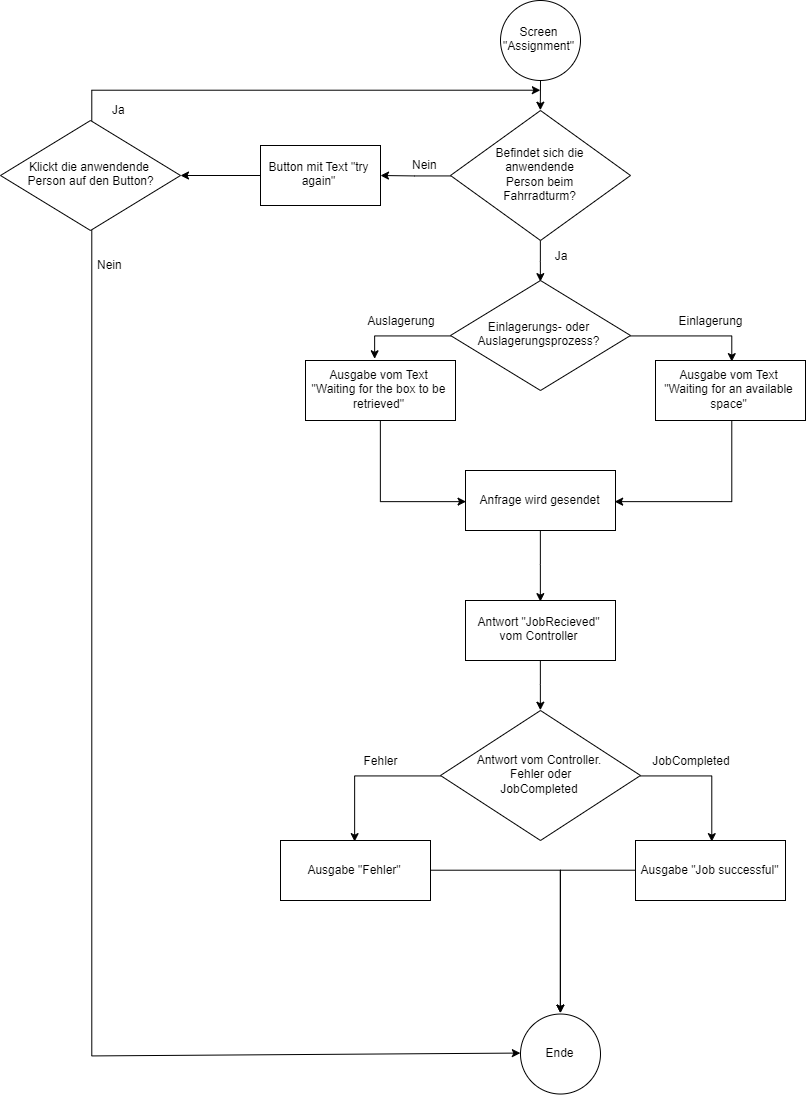
Before: Diplomarbeit/images/assignmentdiagramm.png, a diagram exported from draw.io (jokil123/Fahrradturm). Source tidied: cells renumbered, new cells last; positions are measured from the earlier drawing's top-left corner, leaving out a move shared by most shapes.
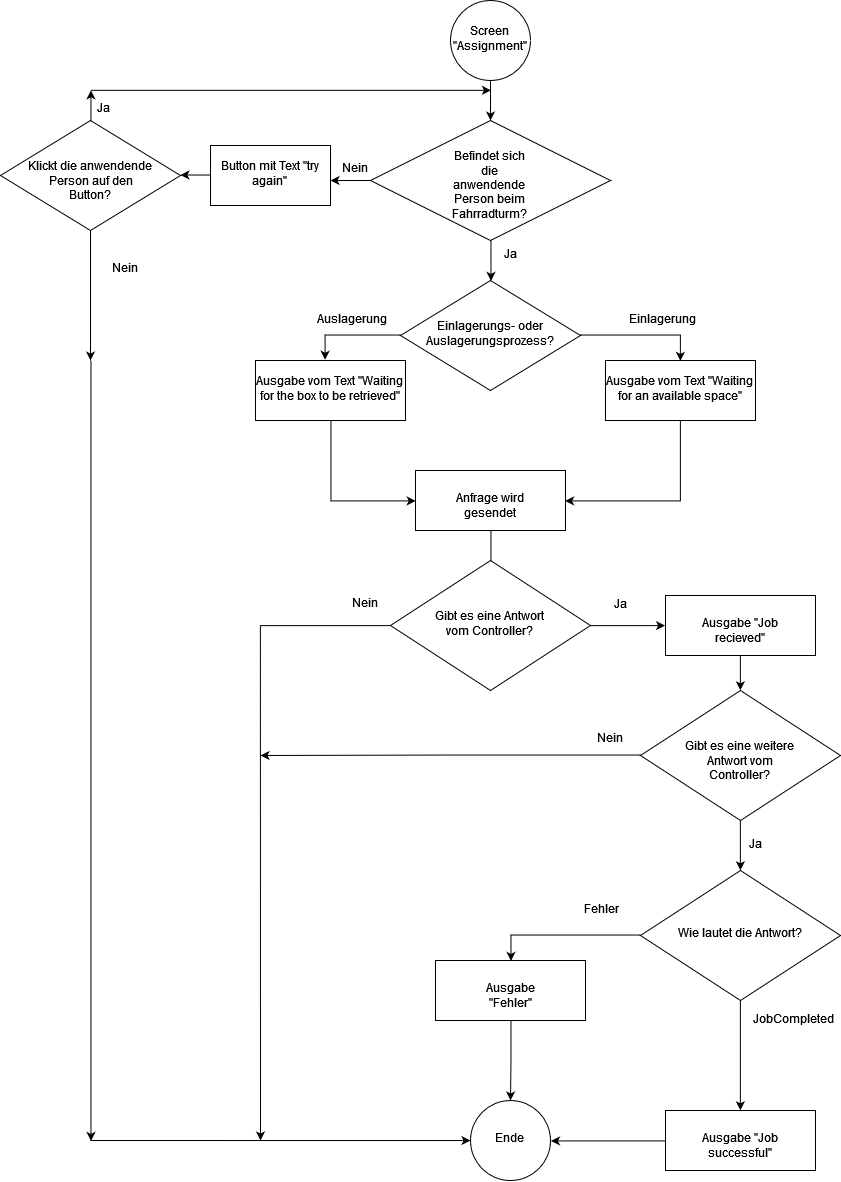
After the commit.

Change to the diagram source:
```diff
@@ -2,34 +2,34 @@
   <root>
     <mxCell id="0" />
     <mxCell id="1" parent="0" />
-    <mxCell id="2" style="edgeStyle=orthogonalEdgeStyle;rounded=0;jettySize=auto;html=1;entryX=0.5;entryY=0;entryDx=0;entryDy=0;" parent="1" edge="1" source="3" target="6">
-      <mxGeometry relative="1" as="geometry" />
+    <mxCell id="2" style="edgeStyle=orthogonalEdgeStyle;rounded=0;jettySize=auto;html=1;" parent="1" edge="1" source="3">
+      <mxGeometry relative="1" as="geometry">
+        <mxPoint x="540" y="120" as="targetPoint" />
+      </mxGeometry>
     </mxCell>
     <mxCell id="3" value="Screen &quot;Assignment&quot;" style="ellipse;whiteSpace=wrap;html=1;" parent="1" vertex="1">
       <mxGeometry x="500" width="80" height="80" as="geometry" />
     </mxCell>
     <mxCell id="4" style="edgeStyle=orthogonalEdgeStyle;rounded=0;jettySize=auto;html=1;" parent="1" edge="1" source="6">
       <mxGeometry relative="1" as="geometry">
-        <mxPoint x="380" y="175" as="targetPoint" />
+        <mxPoint x="380" y="180" as="targetPoint" />
       </mxGeometry>
     </mxCell>
     <mxCell id="5" style="edgeStyle=orthogonalEdgeStyle;rounded=0;jettySize=auto;html=1;entryX=0.5;entryY=0;entryDx=0;entryDy=0;" parent="1" edge="1" source="6" target="13">
       <mxGeometry relative="1" as="geometry" />
     </mxCell>
     <mxCell id="6" value="&lt;div&gt;Befindet sich die &lt;br&gt;&lt;/div&gt;&lt;div&gt;anwendende &lt;br&gt;&lt;/div&gt;&lt;div&gt;Person beim &lt;br&gt;&lt;/div&gt;&lt;div&gt;Fahrradturm?&lt;/div&gt;" style="rhombus;whiteSpace=wrap;html=1;" parent="1" vertex="1">
-      <mxGeometry x="450" y="110" width="180" height="130" as="geometry" />
+      <mxGeometry x="420" y="120" width="240" height="120" as="geometry" />
     </mxCell>
     <mxCell id="7" value="Ja" style="text;html=1;strokeColor=none;fillColor=none;align=center;verticalAlign=middle;whiteSpace=wrap;rounded=0;" parent="1" vertex="1">
       <mxGeometry x="540" y="245" width="40" height="20" as="geometry" />
     </mxCell>
     <mxCell id="8" value="Nein" style="text;html=1;align=left;verticalAlign=top;spacingTop=-4;" parent="1" vertex="1">
-      <mxGeometry x="410" y="155" width="40" height="20" as="geometry" />
+      <mxGeometry x="390" y="160" width="40" height="20" as="geometry" />
     </mxCell>
-    <mxCell id="9" style="edgeStyle=orthogonalEdgeStyle;rounded=0;jettySize=auto;html=1;" parent="1" edge="1" source="10">
-      <mxGeometry relative="1" as="geometry">
-        <mxPoint x="180" y="175" as="targetPoint" />
-      </mxGeometry>
-    </mxCell>
+    <mxCell id="39" style="edgeStyle=orthogonalEdgeStyle;rounded=0;jettySize=auto;html=1;exitX=0;exitY=0.5;exitDx=0;exitDy=0;entryX=1;entryY=0.5;entryDx=0;entryDy=0;" parent="1" edge="1" source="10" target="35">
+      <mxGeometry relative="1" as="geometry" />
+    </mxCell>
     <mxCell id="10" value="Button mit Text &quot;try again&quot;" style="rounded=0;whiteSpace=wrap;html=1;" parent="1" vertex="1">
       <mxGeometry x="260" y="145" width="120" height="60" as="geometry" />
     </mxCell>
@@ -47,8 +47,10 @@
     <mxCell id="13" value="Einlagerungs- oder Auslagerungsprozess?" style="rhombus;whiteSpace=wrap;html=1;" parent="1" vertex="1">
       <mxGeometry x="450" y="280" width="180" height="110" as="geometry" />
     </mxCell>
-    <mxCell id="14" style="edgeStyle=orthogonalEdgeStyle;rounded=0;jettySize=auto;html=1;entryX=0.5;entryY=0;entryDx=0;entryDy=0;" parent="1" edge="1" source="15" target="21">
-      <mxGeometry relative="1" as="geometry" />
+    <mxCell id="14" style="edgeStyle=orthogonalEdgeStyle;rounded=0;jettySize=auto;html=1;entryX=0.5;entryY=0;entryDx=0;entryDy=0;" parent="1" edge="1" source="15">
+      <mxGeometry relative="1" as="geometry">
+        <mxPoint x="540.5" y="600.4" as="targetPoint" />
+      </mxGeometry>
     </mxCell>
     <mxCell id="15" value="Anfrage wird gesendet" style="rounded=0;whiteSpace=wrap;html=1;" parent="1" vertex="1">
       <mxGeometry x="465" y="470" width="150" height="60" as="geometry" />
@@ -73,20 +75,14 @@
     <mxCell id="19" value="Ausgabe vom Text &quot;Waiting for an available space&quot;" style="rounded=0;whiteSpace=wrap;html=1;" parent="1" vertex="1">
       <mxGeometry x="655" y="360" width="150" height="60" as="geometry" />
     </mxCell>
-    <mxCell id="20" style="edgeStyle=orthogonalEdgeStyle;rounded=0;jettySize=auto;html=1;entryX=0.5;entryY=0;entryDx=0;entryDy=0;" parent="1" edge="1" source="21" target="24">
-      <mxGeometry relative="1" as="geometry" />
-    </mxCell>
-    <mxCell id="21" value="Antwort &quot;JobRecieved&quot; vom Controller" style="rounded=0;whiteSpace=wrap;html=1;" parent="1" vertex="1">
-      <mxGeometry x="465" y="600" width="150" height="60" as="geometry" />
-    </mxCell>
     <mxCell id="22" style="edgeStyle=orthogonalEdgeStyle;rounded=0;jettySize=auto;html=1;entryX=0.5;entryY=0;entryDx=0;entryDy=0;" parent="1" edge="1" source="24" target="28">
       <mxGeometry relative="1" as="geometry" />
     </mxCell>
-    <mxCell id="23" style="edgeStyle=orthogonalEdgeStyle;rounded=0;jettySize=auto;html=1;exitX=1;exitY=0.5;exitDx=0;exitDy=0;entryX=0.5;entryY=0;entryDx=0;entryDy=0;" parent="1" edge="1" source="24" target="30">
+    <mxCell id="23" style="edgeStyle=orthogonalEdgeStyle;rounded=0;jettySize=auto;html=1;entryX=0.5;entryY=0;entryDx=0;entryDy=0;" parent="1" edge="1" source="24" target="30">
       <mxGeometry relative="1" as="geometry" />
     </mxCell>
-    <mxCell id="24" value="&lt;div&gt;Antwort vom Controller.&lt;/div&gt;&lt;div&gt;&amp;nbsp;Fehler oder &lt;br&gt;&lt;/div&gt;&lt;div&gt;JobCompleted&lt;/div&gt;" style="rhombus;whiteSpace=wrap;html=1;" parent="1" vertex="1">
-      <mxGeometry x="440" y="710" width="200" height="130" as="geometry" />
+    <mxCell id="24" value="Wie lautet die Antwort?" style="rhombus;whiteSpace=wrap;html=1;" parent="1" vertex="1">
+      <mxGeometry x="690" y="870" width="200" height="130" as="geometry" />
     </mxCell>
     <mxCell id="25" value="Auslagerung" style="text;html=1;strokeColor=none;fillColor=none;align=center;verticalAlign=middle;whiteSpace=wrap;rounded=0;" parent="1" vertex="1">
       <mxGeometry x="380" y="310" width="40" height="20" as="geometry" />
@@ -94,51 +90,110 @@
     <mxCell id="26" value="Einlagerung" style="text;html=1;strokeColor=none;fillColor=none;align=center;verticalAlign=middle;whiteSpace=wrap;rounded=0;" parent="1" vertex="1">
       <mxGeometry x="690" y="310" width="40" height="20" as="geometry" />
     </mxCell>
-    <mxCell id="27" style="edgeStyle=orthogonalEdgeStyle;rounded=0;jettySize=auto;html=1;entryX=0.5;entryY=0;entryDx=0;entryDy=0;" parent="1" edge="1" source="28" target="37">
-      <mxGeometry relative="1" as="geometry" />
-    </mxCell>
+    <mxCell id="40" style="edgeStyle=orthogonalEdgeStyle;rounded=0;jettySize=auto;html=1;" parent="1" edge="1" source="28">
+      <mxGeometry relative="1" as="geometry">
+        <mxPoint x="560" y="1100" as="targetPoint" />
+      </mxGeometry>
+    </mxCell>
     <mxCell id="28" value="Ausgabe &quot;Fehler&quot;" style="rounded=0;whiteSpace=wrap;html=1;" parent="1" vertex="1">
-      <mxGeometry x="280" y="840" width="150" height="60" as="geometry" />
+      <mxGeometry x="485" y="960" width="150" height="60" as="geometry" />
     </mxCell>
-    <mxCell id="29" style="edgeStyle=orthogonalEdgeStyle;rounded=0;jettySize=auto;html=1;entryX=0.5;entryY=0;entryDx=0;entryDy=0;" parent="1" edge="1" source="30" target="37">
+    <mxCell id="29" style="edgeStyle=orthogonalEdgeStyle;rounded=0;jettySize=auto;html=1;entryX=1;entryY=0.5;entryDx=0;entryDy=0;" parent="1" edge="1" source="30" target="37">
       <mxGeometry relative="1" as="geometry" />
     </mxCell>
     <mxCell id="30" value="Ausgabe &quot;Job successful&quot;" style="rounded=0;whiteSpace=wrap;html=1;" parent="1" vertex="1">
-      <mxGeometry x="635" y="840" width="150" height="60" as="geometry" />
+      <mxGeometry x="715" y="1110" width="150" height="60" as="geometry" />
     </mxCell>
     <mxCell id="31" value="JobCompleted" style="text;html=1;strokeColor=none;fillColor=none;align=center;verticalAlign=middle;whiteSpace=wrap;rounded=0;" parent="1" vertex="1">
-      <mxGeometry x="670" y="750" width="40" height="20" as="geometry" />
+      <mxGeometry x="820" y="1010" width="40" height="20" as="geometry" />
     </mxCell>
     <mxCell id="32" value="&lt;div&gt;Fehler&lt;/div&gt;" style="text;html=1;strokeColor=none;fillColor=none;align=center;verticalAlign=middle;whiteSpace=wrap;rounded=0;" parent="1" vertex="1">
-      <mxGeometry x="360" y="750" width="40" height="20" as="geometry" />
+      <mxGeometry x="630" y="900" width="40" height="20" as="geometry" />
     </mxCell>
-    <mxCell id="33" style="edgeStyle=orthogonalEdgeStyle;rounded=0;jettySize=auto;html=1;" parent="1" edge="1" source="35">
+    <mxCell id="33" style="edgeStyle=orthogonalEdgeStyle;rounded=0;orthogonalLoop=1;jettySize=auto;html=1;" parent="1" edge="1">
       <mxGeometry relative="1" as="geometry">
+        <mxPoint x="140" y="90" as="sourcePoint" />
         <mxPoint x="540" y="90" as="targetPoint" />
         <Array as="points">
-          <mxPoint x="90" y="90" />
-          <mxPoint x="540" y="90" />
+          <mxPoint x="140" y="90" />
         </Array>
       </mxGeometry>
     </mxCell>
-    <mxCell id="34" style="edgeStyle=orthogonalEdgeStyle;rounded=0;jettySize=auto;html=1;entryX=0;entryY=0.5;entryDx=0;entryDy=0;" parent="1" edge="1" source="35" target="37">
-      <mxGeometry relative="1" as="geometry">
-        <Array as="points">
-          <mxPoint x="90" y="1054" />
-        </Array>
-      </mxGeometry>
-    </mxCell>
+    <mxCell id="41" style="edgeStyle=orthogonalEdgeStyle;rounded=0;orthogonalLoop=1;jettySize=auto;html=1;" parent="1" edge="1">
+      <mxGeometry relative="1" as="geometry">
+        <mxPoint x="140" y="360" as="sourcePoint" />
+        <mxPoint x="140" y="1140" as="targetPoint" />
+        <Array as="points">
+          <mxPoint x="140" y="1140" />
+        </Array>
+      </mxGeometry>
+    </mxCell>
+    <mxCell id="42" style="edgeStyle=orthogonalEdgeStyle;rounded=0;jettySize=auto;html=1;" parent="1" edge="1" source="35">
+      <mxGeometry relative="1" as="geometry">
+        <mxPoint x="140" y="360" as="targetPoint" />
+      </mxGeometry>
+    </mxCell>
+    <mxCell id="43" style="edgeStyle=orthogonalEdgeStyle;rounded=0;jettySize=auto;html=1;exitX=0.5;exitY=0;exitDx=0;exitDy=0;" parent="1" edge="1" source="35">
+      <mxGeometry relative="1" as="geometry">
+        <mxPoint x="140.5" y="89.8" as="targetPoint" />
+      </mxGeometry>
+    </mxCell>
     <mxCell id="35" value="&lt;div&gt;Klickt die anwendende&lt;/div&gt;&lt;div&gt;&amp;nbsp;Person auf den Button?&lt;/div&gt;" style="rhombus;whiteSpace=wrap;html=1;" parent="1" vertex="1">
-      <mxGeometry y="120" width="180" height="110" as="geometry" />
+      <mxGeometry x="50" y="120" width="180" height="110" as="geometry" />
     </mxCell>
     <mxCell id="36" value="Ja" style="text;html=1;align=left;verticalAlign=top;spacingTop=-4;" parent="1" vertex="1">
-      <mxGeometry x="110" y="100" width="30" height="20" as="geometry" />
+      <mxGeometry x="145" y="100" width="30" height="20" as="geometry" />
     </mxCell>
     <mxCell id="37" value="Ende" style="ellipse;whiteSpace=wrap;html=1;" parent="1" vertex="1">
-      <mxGeometry x="520" y="1013.5" width="80" height="80" as="geometry" />
+      <mxGeometry x="520" y="1100" width="80" height="80" as="geometry" />
     </mxCell>
     <mxCell id="38" value="Nein" style="text;html=1;align=left;verticalAlign=top;spacingTop=-4;" parent="1" vertex="1">
-      <mxGeometry x="95" y="255" width="40" height="20" as="geometry" />
+      <mxGeometry x="160" y="260" width="40" height="20" as="geometry" />
     </mxCell>
+    <mxCell id="44" style="edgeStyle=orthogonalEdgeStyle;rounded=0;jettySize=auto;html=1;" parent="1" edge="1" source="46">
+      <mxGeometry relative="1" as="geometry">
+        <mxPoint x="310" y="1140" as="targetPoint" />
+      </mxGeometry>
+    </mxCell>
+    <mxCell id="45" style="edgeStyle=orthogonalEdgeStyle;rounded=0;jettySize=auto;html=1;exitX=1;exitY=0.5;exitDx=0;exitDy=0;entryX=0;entryY=0.5;entryDx=0;entryDy=0;" parent="1" edge="1" source="46" target="52">
+      <mxGeometry relative="1" as="geometry" />
+    </mxCell>
+    <mxCell id="46" value="&lt;div&gt;Gibt es eine Antwort &lt;br&gt;&lt;/div&gt;&lt;div&gt;vom Controller?&lt;/div&gt;" style="rhombus;whiteSpace=wrap;html=1;" parent="1" vertex="1">
+      <mxGeometry x="440" y="560" width="200" height="130" as="geometry" />
+    </mxCell>
+    <mxCell id="47" value="Nein" style="text;html=1;align=left;verticalAlign=top;spacingTop=-4;" parent="1" vertex="1">
+      <mxGeometry x="400" y="595" width="40" height="20" as="geometry" />
+    </mxCell>
+    <mxCell id="48" style="edgeStyle=orthogonalEdgeStyle;rounded=0;jettySize=auto;html=1;entryX=0.5;entryY=0;entryDx=0;entryDy=0;" parent="1" edge="1" source="50" target="24">
+      <mxGeometry relative="1" as="geometry" />
+    </mxCell>
+    <mxCell id="49" style="edgeStyle=orthogonalEdgeStyle;rounded=0;jettySize=auto;html=1;" parent="1" edge="1" source="50">
+      <mxGeometry relative="1" as="geometry">
+        <mxPoint x="310" y="755" as="targetPoint" />
+      </mxGeometry>
+    </mxCell>
+    <mxCell id="50" value="&lt;div&gt;Gibt es eine weitere &lt;br&gt;&lt;/div&gt;&lt;div&gt;Antwort vom Controller?&lt;/div&gt;" style="rhombus;whiteSpace=wrap;html=1;" parent="1" vertex="1">
+      <mxGeometry x="690" y="690" width="200" height="130" as="geometry" />
+    </mxCell>
+    <mxCell id="51" style="edgeStyle=orthogonalEdgeStyle;rounded=0;jettySize=auto;html=1;entryX=0.5;entryY=0;entryDx=0;entryDy=0;" parent="1" edge="1" source="52" target="50">
+      <mxGeometry relative="1" as="geometry" />
+    </mxCell>
+    <mxCell id="52" value="Ausgabe &quot;Job recieved&quot;" style="rounded=0;whiteSpace=wrap;html=1;" parent="1" vertex="1">
+      <mxGeometry x="715" y="595" width="150" height="60" as="geometry" />
+    </mxCell>
+    <mxCell id="53" value="Nein" style="text;html=1;align=left;verticalAlign=top;spacingTop=-4;" parent="1" vertex="1">
+      <mxGeometry x="645" y="730" width="40" height="20" as="geometry" />
+    </mxCell>
+    <mxCell id="54" value="Ja" style="text;html=1;strokeColor=none;fillColor=none;align=center;verticalAlign=middle;whiteSpace=wrap;rounded=0;" parent="1" vertex="1">
+      <mxGeometry x="650" y="595" width="40" height="20" as="geometry" />
+    </mxCell>
+    <mxCell id="55" value="Ja" style="text;html=1;strokeColor=none;fillColor=none;align=center;verticalAlign=middle;whiteSpace=wrap;rounded=0;" parent="1" vertex="1">
+      <mxGeometry x="785" y="835" width="40" height="20" as="geometry" />
+    </mxCell>
+    <mxCell id="56" style="endArrow=classic;html=1;entryX=0;entryY=0.5;entryDx=0;entryDy=0;" parent="1" edge="1" target="37">
+      <mxGeometry relative="1" as="geometry">
+        <mxPoint x="140" y="1140" as="sourcePoint" />
+      </mxGeometry>
+    </mxCell>
   </root>
 </mxGraphModel>
```
